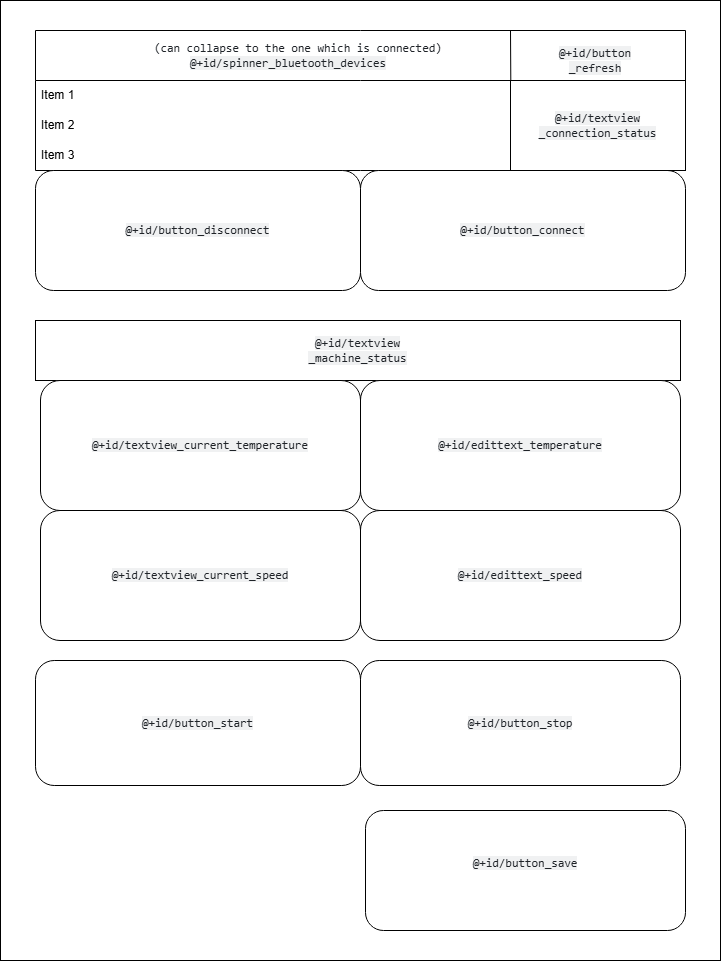
Above: 0.1/docs/AppLayout/activity_control.png in ShuoKuro/PET-Filament-Recycler (draw.io), before the change. Source tidied: cells renumbered, new cells last; positions are measured from the earlier drawing's top-left corner, leaving out a move shared by most shapes.
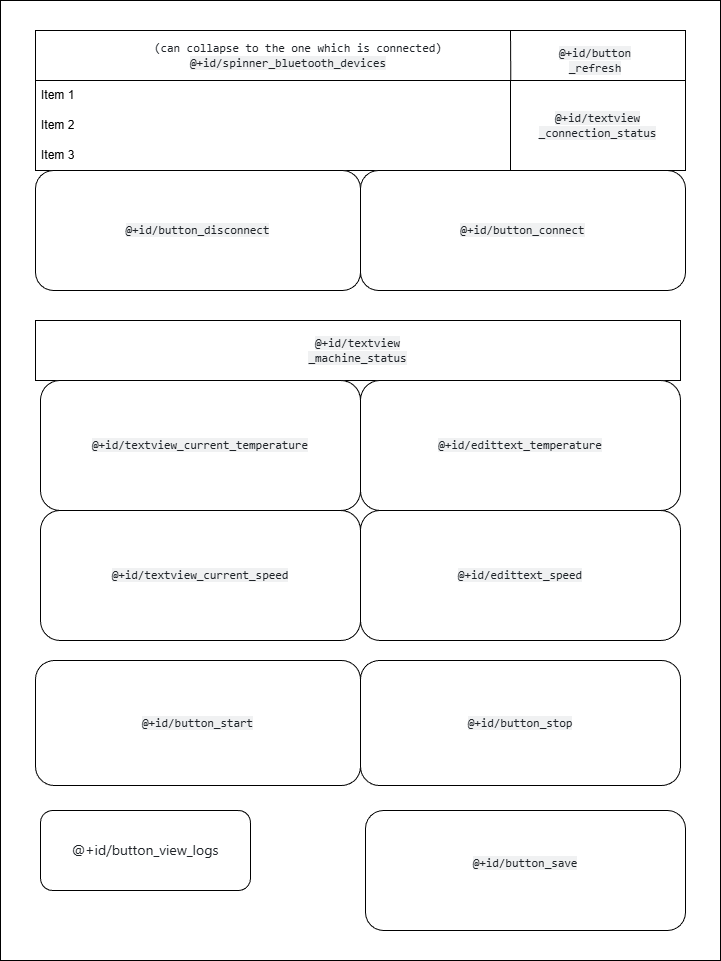
Above is the later version.

Diff of the diagram source:
```diff
@@ -62,5 +62,8 @@
     <mxCell id="20" value="&lt;span style=&quot;color: rgb(31, 35, 40); font-family: &amp;quot;Monaspace Neon&amp;quot;, ui-monospace, SFMono-Regular, &amp;quot;SF Mono&amp;quot;, Menlo, Consolas, &amp;quot;Liberation Mono&amp;quot;, monospace; font-size: 11.9px; text-align: start; white-space-collapse: break-spaces; background-color: rgba(129, 139, 152, 0.12);&quot;&gt;@+id/textview_current_speed&lt;/span&gt;" style="rounded=1;whiteSpace=wrap;html=1;" parent="1" vertex="1">
       <mxGeometry x="40" y="510" width="320" height="130" as="geometry" />
     </mxCell>
+    <mxCell id="21" value="&lt;span style=&quot;color: rgb(31, 35, 40); font-family: -apple-system, BlinkMacSystemFont, &amp;quot;Segoe UI&amp;quot;, &amp;quot;Noto Sans&amp;quot;, Helvetica, Arial, sans-serif, &amp;quot;Apple Color Emoji&amp;quot;, &amp;quot;Segoe UI Emoji&amp;quot;; font-size: 14px; text-align: start; background-color: rgb(255, 255, 255);&quot;&gt;@+id/button_view_logs&lt;/span&gt;" style="rounded=1;whiteSpace=wrap;html=1;" parent="1" vertex="1">
+      <mxGeometry x="40" y="810" width="210" height="80" as="geometry" />
+    </mxCell>
   </root>
 </mxGraphModel>
```
